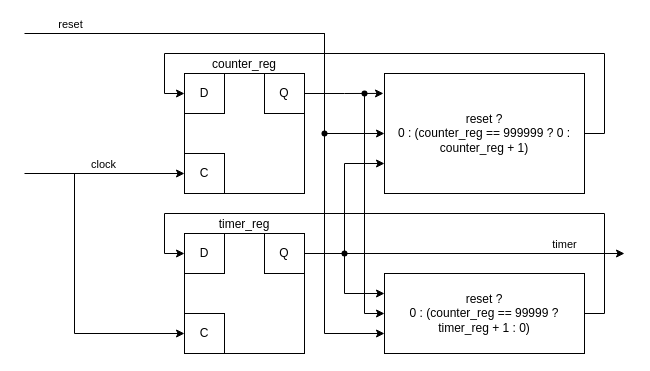
Earlier version of the draw.io diagram docs/hdl-by-example/imgs/timer.drawio (thu-cs-lab/Digital-Design-Docs). Source tidied: cells renumbered, new cells numbered last; positions are measured from the earlier drawing's top-left corner, leaving out a move shared by most shapes. Both pictures are drawn from the tidied source at 100%, with x=0, y=0 at pixel (24, 33).
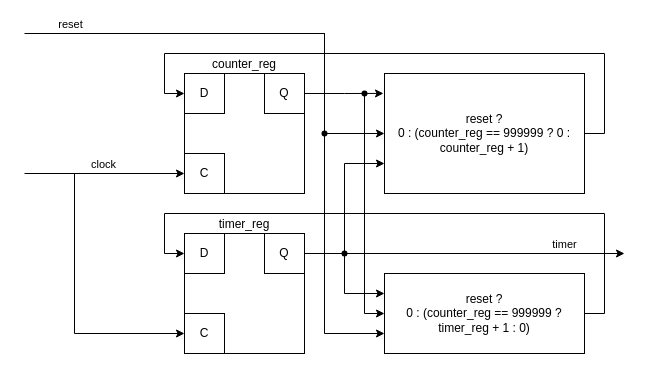
Above is the later version.

What changed in the source:
```diff
@@
-    <mxCell id="20" value="reset ?&lt;br&gt;0 : (counter_reg == 99999 ? timer_reg + 1 : 0)" style="rounded=0;whiteSpace=wrap;html=1;fillColor=none;" parent="1" vertex="1">
+    <mxCell id="20" value="reset ?&lt;br&gt;0 : (counter_reg == 999999 ? timer_reg + 1 : 0)" style="rounded=0;whiteSpace=wrap;html=1;fillColor=none;" parent="1" vertex="1">
       <mxGeometry x="360" y="240" width="200" height="80" as="geometry" />
     </mxCell>
```
